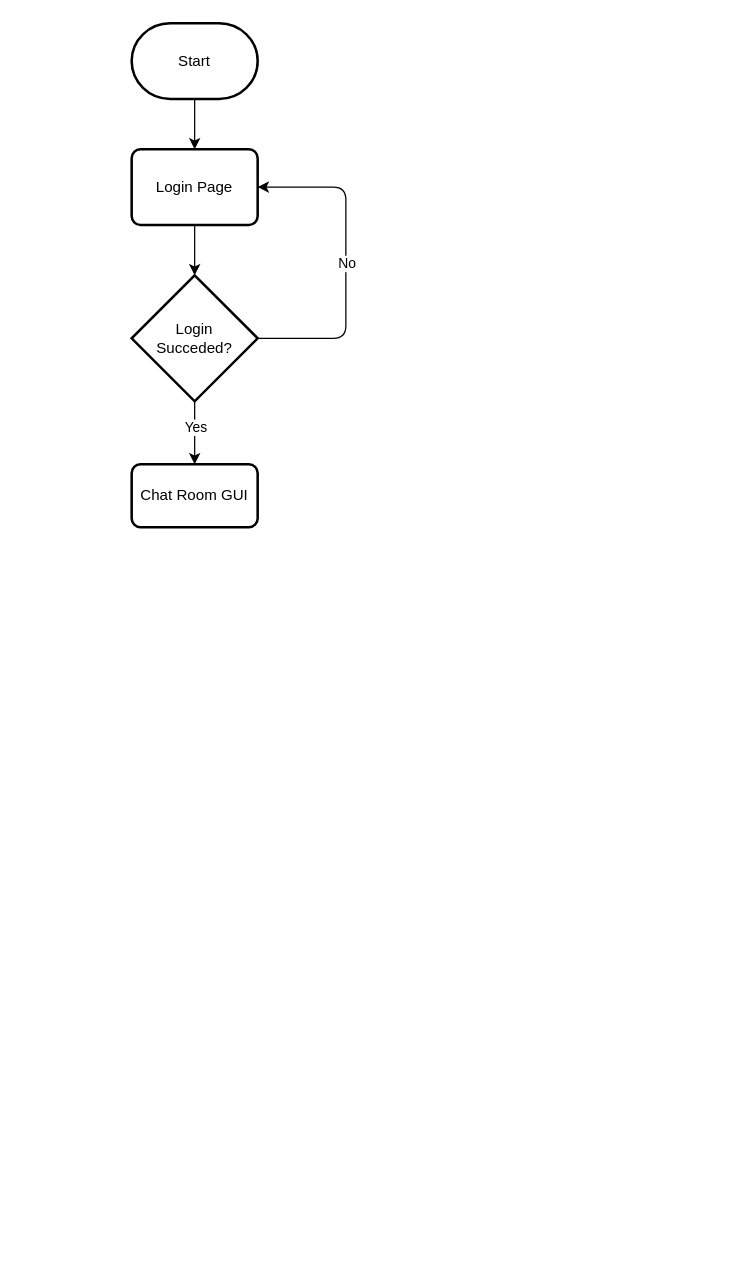
Before: answer/diagram.drawio in dhupee/qiscus-backend-engineer-test, a draw.io diagram. Source tidied: cells renumbered, new cells numbered last; positions are measured from the earlier drawing's top-left corner, leaving out a move shared by most shapes. Both pictures are drawn from the tidied source at 126%, with x=0, y=0 at pixel (131, 23).
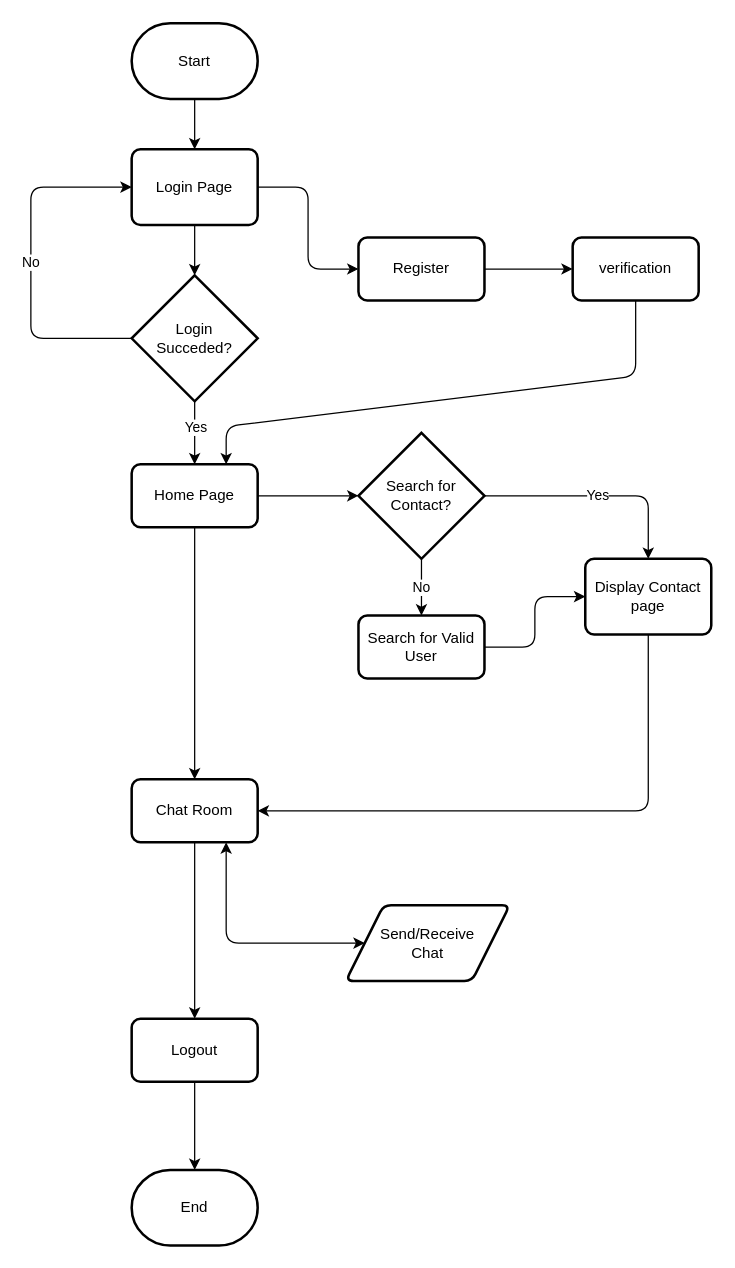
The same diagram, later.

The change refers to these unchanged cells:
```xml
<mxCell id="8" value="Login&lt;br&gt;Succeded?" style="strokeWidth=2;html=1;shape=mxgraph.flowchart.decision;whiteSpace=wrap;" parent="1" vertex="1">
  <mxGeometry y="200" width="100" height="100" as="geometry" />
</mxCell>
<mxCell id="11" value="Login Page" style="rounded=1;whiteSpace=wrap;html=1;absoluteArcSize=1;arcSize=14;strokeWidth=2;" parent="1" vertex="1">
  <mxGeometry y="100" width="100" height="60" as="geometry" />
</mxCell>
```

Change to the diagram source:
```diff
@@
-    <mxCell id="6" style="edgeStyle=none;html=1;entryX=1;entryY=0.5;entryDx=0;entryDy=0;" parent="1" edge="1" source="8" target="11">
+    <mxCell id="6" value="No" style="edgeStyle=none;html=1;entryX=0;entryY=0.5;entryDx=0;entryDy=0;" parent="1" edge="1" source="8" target="11">
       <mxGeometry relative="1" as="geometry">
         <Array as="points">
-          <mxPoint x="170" y="250" />
-          <mxPoint x="170" y="130" />
+          <mxPoint x="-80" y="250" />
+          <mxPoint x="-80" y="130" />
         </Array>
       </mxGeometry>
     </mxCell>
-    <mxCell id="7" value="No" style="edgeLabel;html=1;align=center;verticalAlign=middle;" parent="6" vertex="1">
-      <mxGeometry x="0.16" relative="1" as="geometry">
-        <mxPoint y="21" as="offset" />
-      </mxGeometry>
-    </mxCell>
@@
+    <mxCell id="12" style="edgeStyle=none;html=1;" parent="1" edge="1" source="9" target="20">
+      <mxGeometry relative="1" as="geometry" />
+    </mxCell>
+    <mxCell id="13" style="edgeStyle=none;html=1;entryX=0.5;entryY=0;entryDx=0;entryDy=0;" parent="1" edge="1" source="9" target="17">
+      <mxGeometry relative="1" as="geometry" />
+    </mxCell>
-    <mxCell id="9" value="Chat Room GUI" style="rounded=1;whiteSpace=wrap;html=1;absoluteArcSize=1;arcSize=14;strokeWidth=2;" parent="1" vertex="1">
+    <mxCell id="9" value="Home Page" style="rounded=1;whiteSpace=wrap;html=1;absoluteArcSize=1;arcSize=14;strokeWidth=2;" parent="1" vertex="1">
       <mxGeometry y="350" width="100" height="50" as="geometry" />
     </mxCell>
@@
+    <mxCell id="14" style="edgeStyle=none;html=1;" parent="1" edge="1" source="11" target="26">
+      <mxGeometry relative="1" as="geometry">
+        <Array as="points">
+          <mxPoint x="140" y="130" />
+          <mxPoint x="140" y="195" />
+        </Array>
+      </mxGeometry>
+    </mxCell>
@@
+    <mxCell id="15" style="edgeStyle=none;html=1;exitX=0.75;exitY=1;exitDx=0;exitDy=0;entryX=0;entryY=0.5;entryDx=0;entryDy=0;startArrow=classic;startFill=1;" parent="1" edge="1" source="17" target="29">
+      <mxGeometry relative="1" as="geometry">
+        <Array as="points">
+          <mxPoint x="75" y="730" />
+        </Array>
+      </mxGeometry>
+    </mxCell>
+    <mxCell id="16" style="edgeStyle=none;html=1;entryX=0.5;entryY=0;entryDx=0;entryDy=0;startArrow=none;startFill=0;" parent="1" edge="1" source="17" target="31">
+      <mxGeometry relative="1" as="geometry" />
+    </mxCell>
+    <mxCell id="17" value="Chat Room" style="rounded=1;whiteSpace=wrap;html=1;absoluteArcSize=1;arcSize=14;strokeWidth=2;" parent="1" vertex="1">
+      <mxGeometry y="600" width="100" height="50" as="geometry" />
+    </mxCell>
+    <mxCell id="18" value="Yes" style="edgeStyle=none;html=1;entryX=0.5;entryY=0;entryDx=0;entryDy=0;" parent="1" edge="1" source="20" target="24">
+      <mxGeometry relative="1" as="geometry">
+        <Array as="points">
+          <mxPoint x="410" y="375" />
+        </Array>
+      </mxGeometry>
+    </mxCell>
+    <mxCell id="19" value="No" style="edgeStyle=none;html=1;" parent="1" edge="1" source="20" target="22">
+      <mxGeometry relative="1" as="geometry" />
+    </mxCell>
+    <mxCell id="20" value="Search for Contact?" style="strokeWidth=2;html=1;shape=mxgraph.flowchart.decision;whiteSpace=wrap;" parent="1" vertex="1">
+      <mxGeometry x="180" y="325" width="100" height="100" as="geometry" />
+    </mxCell>
+    <mxCell id="21" style="edgeStyle=none;html=1;entryX=0;entryY=0.5;entryDx=0;entryDy=0;" parent="1" edge="1" source="22" target="24">
+      <mxGeometry relative="1" as="geometry">
+        <Array as="points">
+          <mxPoint x="320" y="495" />
+          <mxPoint x="320" y="455" />
+        </Array>
+      </mxGeometry>
+    </mxCell>
+    <mxCell id="22" value="Search for Valid User" style="rounded=1;whiteSpace=wrap;html=1;absoluteArcSize=1;arcSize=14;strokeWidth=2;" parent="1" vertex="1">
+      <mxGeometry x="180" y="470" width="100" height="50" as="geometry" />
+    </mxCell>
+    <mxCell id="23" style="edgeStyle=none;html=1;entryX=1;entryY=0.5;entryDx=0;entryDy=0;" parent="1" edge="1" source="24" target="17">
+      <mxGeometry relative="1" as="geometry">
+        <Array as="points">
+          <mxPoint x="410" y="625" />
+        </Array>
+      </mxGeometry>
+    </mxCell>
+    <mxCell id="24" value="Display Contact page" style="rounded=1;whiteSpace=wrap;html=1;absoluteArcSize=1;arcSize=14;strokeWidth=2;" parent="1" vertex="1">
+      <mxGeometry x="360" y="425" width="100" height="60" as="geometry" />
+    </mxCell>
+    <mxCell id="25" style="edgeStyle=none;html=1;" parent="1" edge="1" source="26" target="28">
+      <mxGeometry relative="1" as="geometry" />
+    </mxCell>
+    <mxCell id="26" value="Register" style="rounded=1;whiteSpace=wrap;html=1;absoluteArcSize=1;arcSize=14;strokeWidth=2;" parent="1" vertex="1">
+      <mxGeometry x="180" y="170" width="100" height="50" as="geometry" />
+    </mxCell>
+    <mxCell id="27" style="edgeStyle=none;html=1;entryX=0.75;entryY=0;entryDx=0;entryDy=0;" parent="1" edge="1" source="28" target="9">
+      <mxGeometry relative="1" as="geometry">
+        <Array as="points">
+          <mxPoint x="400" y="280" />
+          <mxPoint x="75" y="320" />
+        </Array>
+      </mxGeometry>
+    </mxCell>
+    <mxCell id="28" value="verification" style="rounded=1;whiteSpace=wrap;html=1;absoluteArcSize=1;arcSize=14;strokeWidth=2;" parent="1" vertex="1">
+      <mxGeometry x="350" y="170" width="100" height="50" as="geometry" />
+    </mxCell>
+    <mxCell id="29" value="Send/Receive&lt;br&gt;Chat" style="shape=parallelogram;html=1;strokeWidth=2;perimeter=parallelogramPerimeter;whiteSpace=wrap;rounded=1;arcSize=12;size=0.23;" parent="1" vertex="1">
+      <mxGeometry x="170" y="700" width="130" height="60" as="geometry" />
+    </mxCell>
+    <mxCell id="30" style="edgeStyle=none;html=1;entryX=0.5;entryY=0;entryDx=0;entryDy=0;entryPerimeter=0;startArrow=none;startFill=0;" parent="1" edge="1" source="31" target="32">
+      <mxGeometry relative="1" as="geometry" />
+    </mxCell>
+    <mxCell id="31" value="Logout" style="rounded=1;whiteSpace=wrap;html=1;absoluteArcSize=1;arcSize=14;strokeWidth=2;" parent="1" vertex="1">
+      <mxGeometry y="790" width="100" height="50" as="geometry" />
+    </mxCell>
+    <mxCell id="32" value="End" style="strokeWidth=2;html=1;shape=mxgraph.flowchart.terminator;whiteSpace=wrap;" parent="1" vertex="1">
+      <mxGeometry y="910" width="100" height="60" as="geometry" />
+    </mxCell>
```
